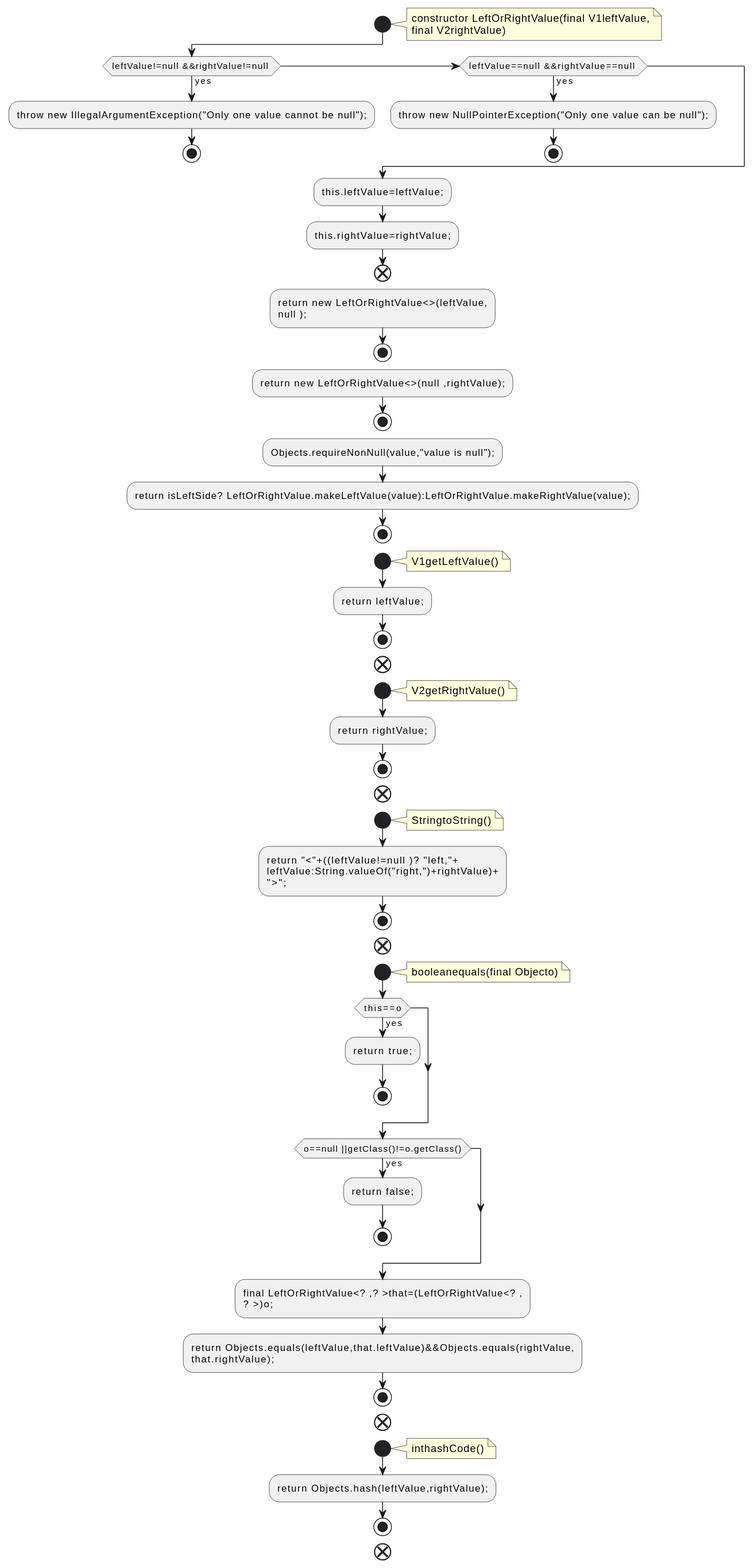
The PlantUML diagram docs/qc/streams/src/main/java/org/apache/kafka/streams/state/internals/LeftOrRightValue.java.fct.svg in qualitesys/kafka, before a commit.
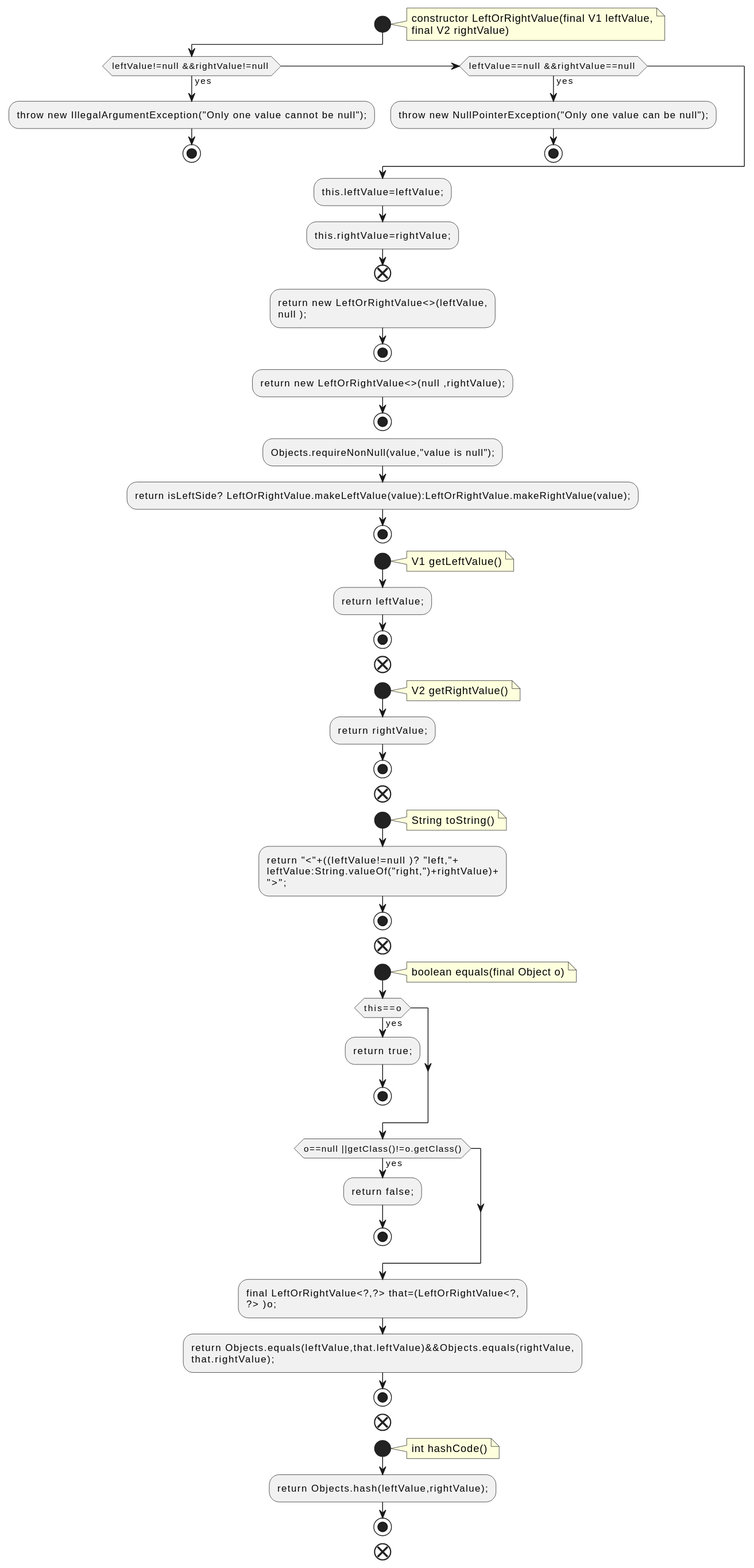
After the change.

The edit, as a diff of the source:
```diff
@@ -2,8 +2,8 @@
 !pragma layout smetana
 start
 note right
-constructor LeftOrRightValue(final V1leftValue,
-final V2rightValue)
+constructor LeftOrRightValue(final V1 leftValue,
+final V2 rightValue)
 end note
 if (leftValue!=null &&rightValue!=null ) then (yes)
 :throw new IllegalArgumentException("Only one value cannot be null");;
@@ -25,21 +25,21 @@
 stop
 start
 note right
-V1getLeftValue()
+V1 getLeftValue()
 end note
 :return leftValue;;
 stop
 end
 start
 note right
-V2getRightValue()
+V2 getRightValue()
 end note
 :return rightValue;;
 stop
 end
 start
 note right
-StringtoString()
+String toString()
 end note
 :return "<"+((leftValue!=null )? "left,"+
 leftValue:String.valueOf("right,")+rightValue)+
@@ -48,7 +48,7 @@
 end
 start
 note right
-booleanequals(final Objecto)
+boolean equals(final Object o)
 end note
 if (this==o) then (yes)
 :return true;;
@@ -58,15 +58,15 @@
 :return false;;
 stop
 endif
-:final LeftOrRightValue<? ,? >that=(LeftOrRightValue<? ,
-? >)o;;
+:final LeftOrRightValue<?,?> that=(LeftOrRightValue<?,
+?> )o;;
 :return Objects.equals(leftValue,that.leftValue)&&Objects.equals(rightValue,
 that.rightValue);;
 stop
 end
 start
 note right
-inthashCode()
+int hashCode()
 end note
 :return Objects.hash(leftValue,rightValue);;
 stop
```
